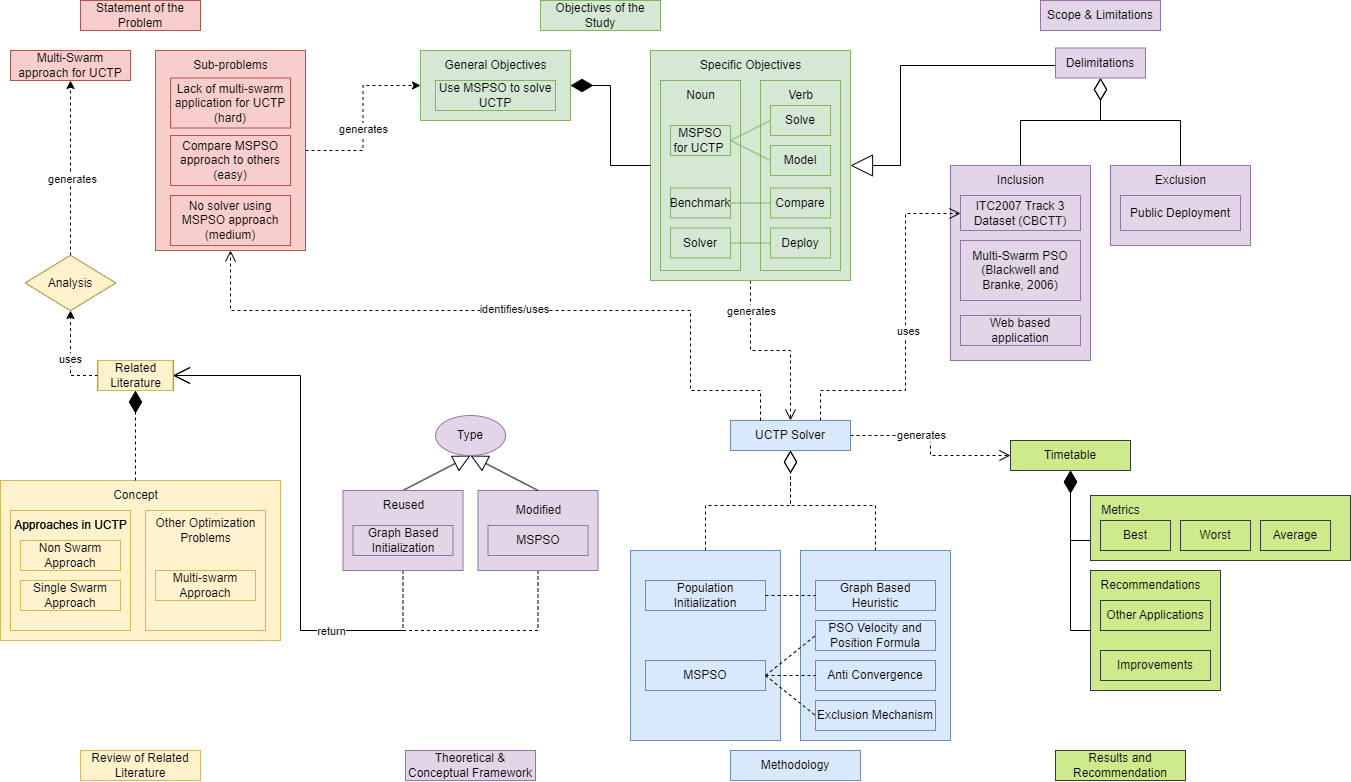
This is components of research manuscript.png from Gian44/skeleton-manuscript, a draw.io export, as it was before one commit. Source tidied: cells renumbered, new cells last; positions are measured from the earlier drawing's top-left corner, leaving out a move shared by most shapes.
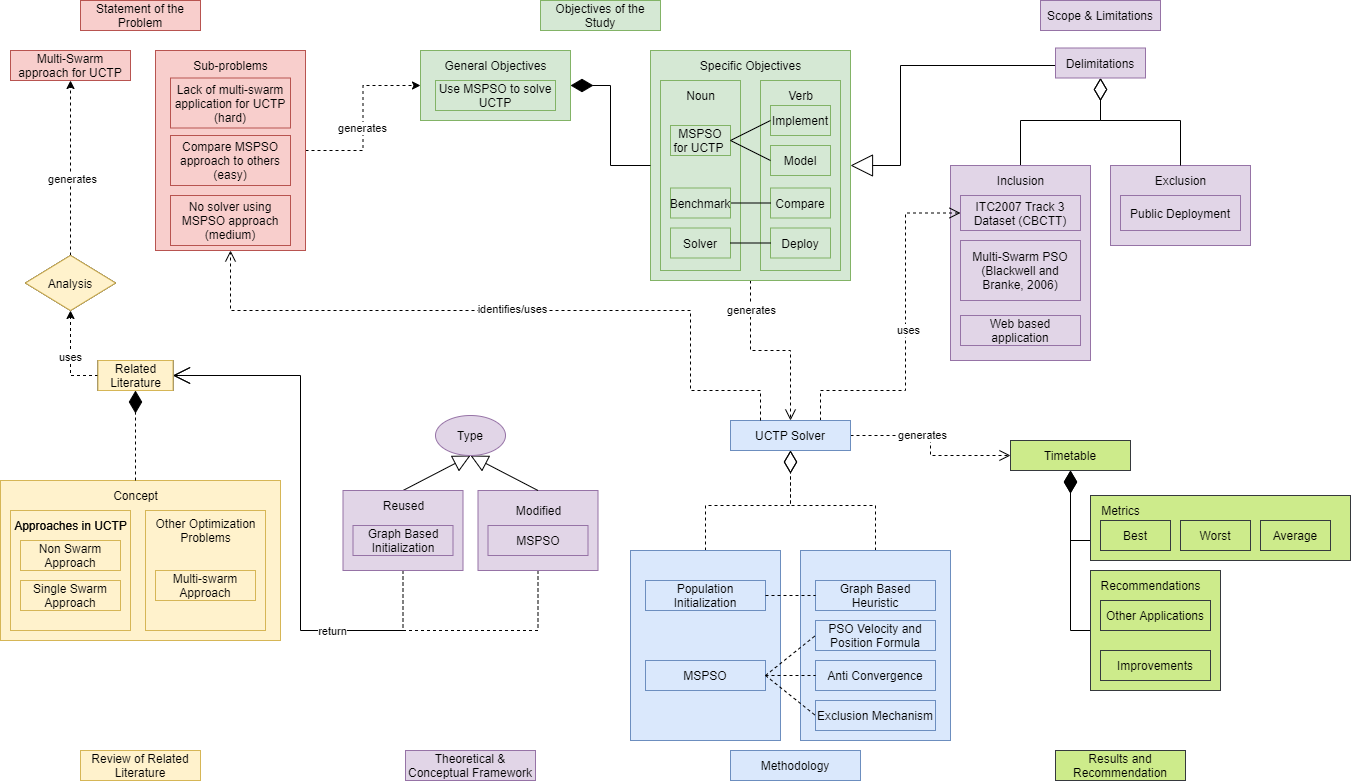
The same diagram one commit later.

Diff of the diagram source:
```diff
@@ -105,7 +105,7 @@
     <mxCell id="32" value="General Objectives" style="text;html=1;align=center;verticalAlign=middle;strokeColor=none;fillColor=none;" parent="1" vertex="1">
       <mxGeometry x="430" y="50" width="130" height="30" as="geometry" />
     </mxCell>
-    <mxCell id="33" value="Solve" style="rounded=0;whiteSpace=wrap;html=1;fillColor=#d5e8d4;strokeColor=#82b366;" parent="1" vertex="1">
+    <mxCell id="33" value="Implement" style="rounded=0;whiteSpace=wrap;html=1;fillColor=#d5e8d4;strokeColor=#82b366;" parent="1" vertex="1">
       <mxGeometry x="770" y="105" width="60" height="30" as="geometry" />
     </mxCell>
     <mxCell id="34" value="Model" style="rounded=0;whiteSpace=wrap;html=1;fillColor=#d5e8d4;strokeColor=#82b366;" parent="1" vertex="1">
@@ -114,16 +114,16 @@
     <mxCell id="35" value="Solver" style="rounded=0;whiteSpace=wrap;html=1;fillColor=#d5e8d4;strokeColor=#82b366;" parent="1" vertex="1">
       <mxGeometry x="670" y="227.5" width="60" height="30" as="geometry" />
     </mxCell>
-    <mxCell id="36" style="endArrow=none;html=1;rounded=0;entryX=0;entryY=0.5;entryDx=0;entryDy=0;exitX=1;exitY=0.5;exitDx=0;exitDy=0;fillColor=#d5e8d4;strokeColor=#82b366;" parent="1" edge="1" source="25" target="33">
+    <mxCell id="36" style="endArrow=none;html=1;rounded=0;entryX=0;entryY=0.5;entryDx=0;entryDy=0;exitX=1;exitY=0.5;exitDx=0;exitDy=0;fillColor=#d5e8d4;strokeColor=#000000;" parent="1" edge="1" source="25" target="33">
       <mxGeometry relative="1" as="geometry" />
     </mxCell>
-    <mxCell id="37" style="endArrow=none;html=1;rounded=0;entryX=0;entryY=0.5;entryDx=0;entryDy=0;exitX=1;exitY=0.5;exitDx=0;exitDy=0;fillColor=#d5e8d4;strokeColor=#82b366;" parent="1" edge="1" source="25" target="34">
+    <mxCell id="37" style="endArrow=none;html=1;rounded=0;entryX=0;entryY=0.5;entryDx=0;entryDy=0;exitX=1;exitY=0.5;exitDx=0;exitDy=0;fillColor=#d5e8d4;strokeColor=#000000;" parent="1" edge="1" source="25" target="34">
       <mxGeometry relative="1" as="geometry" />
     </mxCell>
-    <mxCell id="38" style="endArrow=none;html=1;rounded=0;entryX=0;entryY=0.5;entryDx=0;entryDy=0;exitX=1;exitY=0.5;exitDx=0;exitDy=0;fillColor=#d5e8d4;strokeColor=#82b366;" parent="1" edge="1" source="66" target="26">
+    <mxCell id="38" style="endArrow=none;html=1;rounded=0;entryX=0;entryY=0.5;entryDx=0;entryDy=0;exitX=1;exitY=0.5;exitDx=0;exitDy=0;fillColor=#d5e8d4;strokeColor=#000000;" parent="1" edge="1" source="66" target="26">
       <mxGeometry relative="1" as="geometry" />
     </mxCell>
-    <mxCell id="39" style="endArrow=none;html=1;rounded=0;entryX=0;entryY=0.5;entryDx=0;entryDy=0;exitX=1;exitY=0.5;exitDx=0;exitDy=0;fillColor=#d5e8d4;strokeColor=#82b366;" parent="1" edge="1" source="35" target="27">
+    <mxCell id="39" style="endArrow=none;html=1;rounded=0;entryX=0;entryY=0.5;entryDx=0;entryDy=0;exitX=1;exitY=0.5;exitDx=0;exitDy=0;fillColor=#d5e8d4;strokeColor=#000000;" parent="1" edge="1" source="35" target="27">
       <mxGeometry relative="1" as="geometry" />
     </mxCell>
     <mxCell id="40" value="Lack of multi-swarm application for UCTP (hard)" style="rounded=0;whiteSpace=wrap;html=1;fillColor=#f8cecc;strokeColor=#b85450;" parent="1" vertex="1">
```
